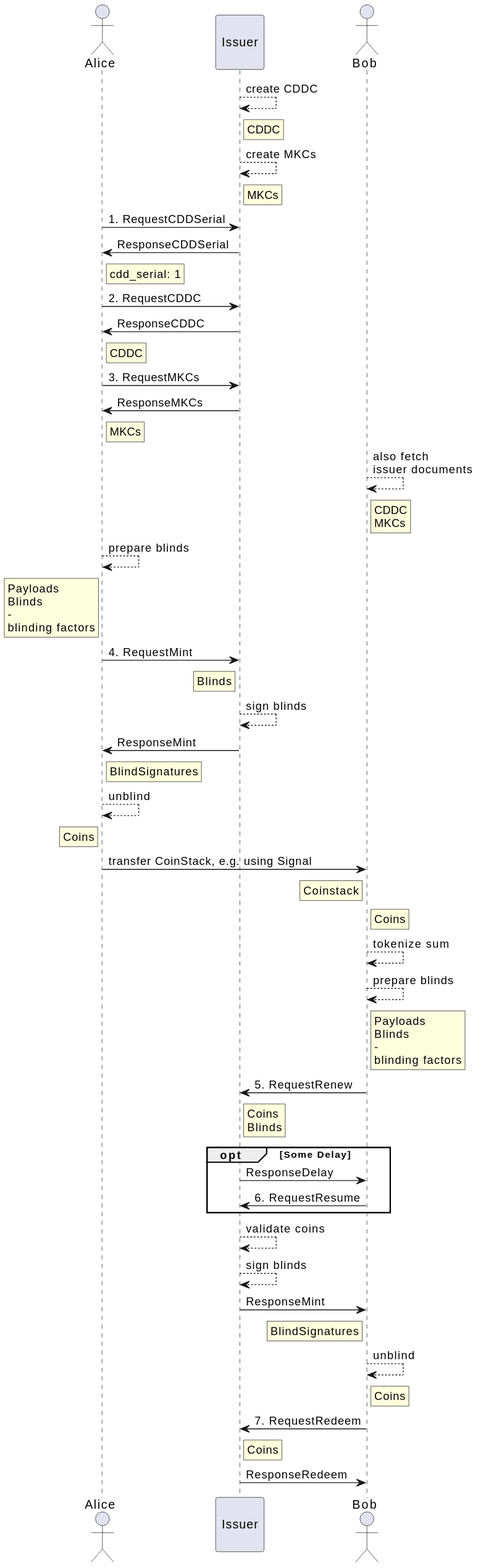
Before: v4/docs/sequence.svg, a diagram exported from PlantUML (OpenCoin/opencoin-playground).
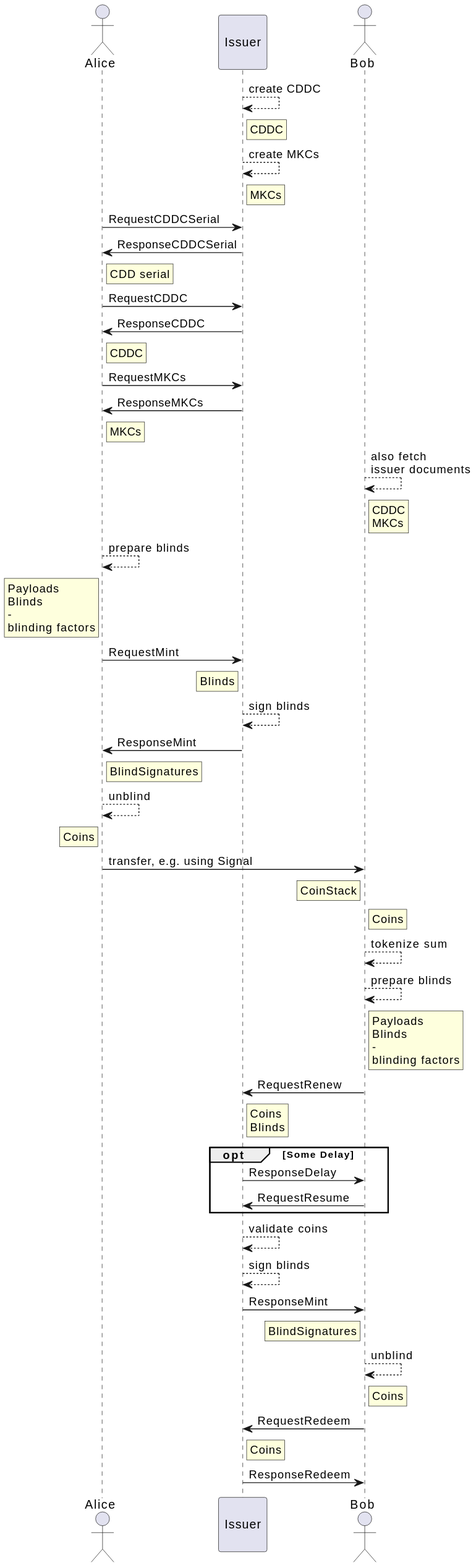
The same file after the commit.

Diff of the diagram source:
```diff
@@ -11,15 +11,15 @@
 rnote right of issuer: MKCs
 
 
-alice->issuer: 1. RequestCDDSerial
-issuer->alice: ResponseCDDSerial
-rnote right of alice: cdd_serial: 1
+alice->issuer: RequestCDDCSerial
+issuer->alice: ResponseCDDCSerial
+rnote right of alice: CDD serial
 
-alice->issuer: 2. RequestCDDC
+alice->issuer: RequestCDDC
 issuer->alice:  ResponseCDDC
 rnote right of alice: CDDC
 
-alice->issuer: 3. RequestMKCs
+alice->issuer: RequestMKCs
 issuer->alice: ResponseMKCs
 rnote right of alice: MKCs
 
@@ -29,7 +29,7 @@
 alice --> alice: prepare blinds
 rnote left of alice: Payloads\nBlinds\n-\nblinding factors
 
-alice -> issuer: 4. RequestMint
+alice -> issuer: RequestMint
 rnote left of issuer: Blinds
 
 issuer --> issuer: sign blinds
@@ -40,8 +40,8 @@
 alice --> alice: unblind
 rnote left of alice: Coins
 
-alice -> bob: transfer CoinStack, e.g. using Signal
-rnote left of bob: Coinstack
+alice -> bob: transfer, e.g. using Signal
+rnote left of bob: CoinStack
 rnote right of bob: Coins
 
 bob --> bob: tokenize sum
@@ -49,12 +49,12 @@
 bob --> bob: prepare blinds
 rnote right of bob: Payloads\nBlinds\n-\nblinding factors
 
-bob -> issuer: 5. RequestRenew
+bob -> issuer: RequestRenew
 rnote right of issuer: Coins\nBlinds
 
 opt Some Delay
     issuer -> bob: ResponseDelay
-    bob -> issuer: 6. RequestResume
+    bob -> issuer: RequestResume
 end
 
 issuer-->issuer: validate coins
@@ -65,7 +65,7 @@
 bob --> bob: unblind
 rnote right of bob: Coins
 
-bob -> issuer: 7. RequestRedeem
+bob -> issuer: RequestRedeem
 rnote right of issuer: Coins
 issuer->bob: ResponseRedeem
 
```
